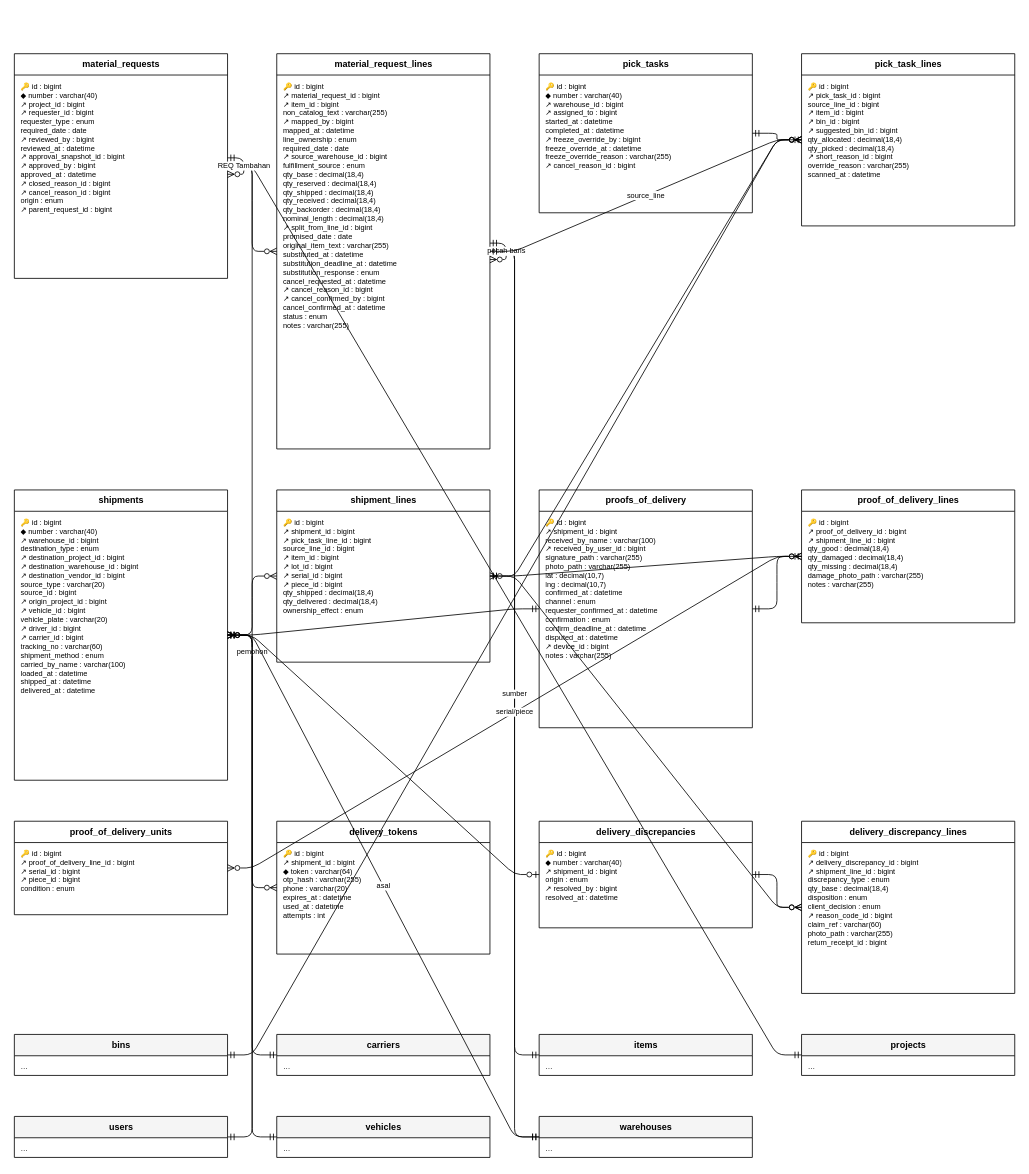
The draw.io diagram docs/diagram/erd-outbound.drawio in HengkyDarmawan/wms, before the edit. Source tidied: cells renumbered, new cells numbered last; positions are measured from the earlier drawing's top-left corner, leaving out a move shared by most shapes. Both pictures are drawn from the tidied source at 82%, with x=0, y=0 at pixel (14, 53).
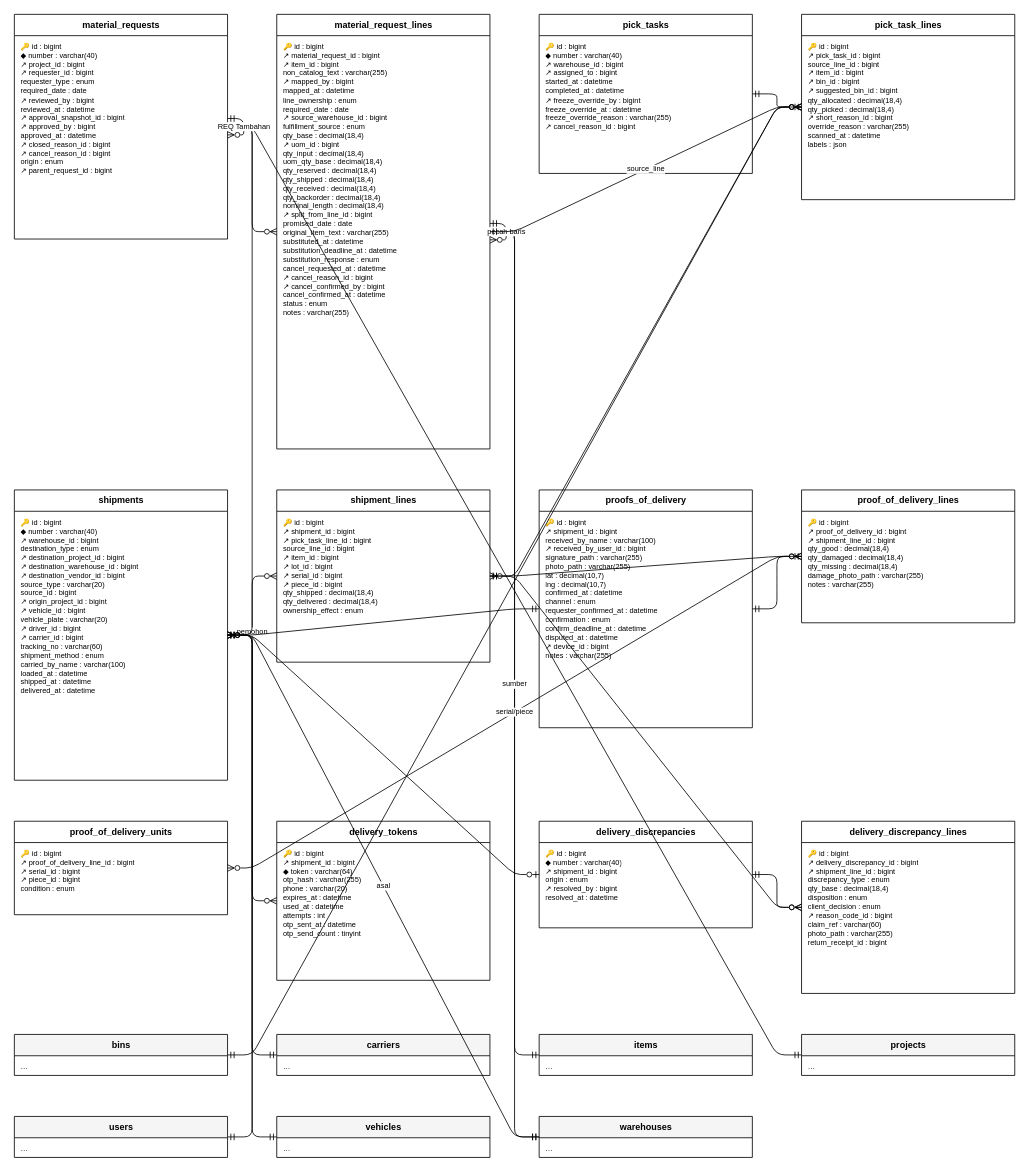
Above is the later version.

Diff of the diagram source:
```diff
@@
     <mxCell id="2" value="material_requests" style="swimlane;fontStyle=1;horizontal=1;startSize=26;html=1;fontSize=11;fillColor=#FFFFFF;" parent="1" vertex="1">
-      <mxGeometry width="260" height="274" as="geometry" />
+      <mxGeometry y="-48" width="260" height="274" as="geometry" />
     </mxCell>
@@
     <mxCell id="4" value="material_request_lines" style="swimlane;fontStyle=1;horizontal=1;startSize=26;html=1;fontSize=11;fillColor=#FFFFFF;" parent="1" vertex="1">
-      <mxGeometry x="320" width="260" height="482" as="geometry" />
+      <mxGeometry x="320" y="-48" width="260" height="530" as="geometry" />
     </mxCell>
-    <mxCell id="5" value="🔑 id : bigint&lt;br&gt;↗ material_request_id : bigint&lt;br&gt;↗ item_id : bigint&lt;br&gt;non_catalog_text : varchar(255)&lt;br&gt;↗ mapped_by : bigint&lt;br&gt;mapped_at : datetime&lt;br&gt;line_ownership : enum&lt;br&gt;required_date : date&lt;br&gt;↗ source_warehouse_id : bigint&lt;br&gt;fulfillment_source : enum&lt;br&gt;qty_base : decimal(18,4)&lt;br&gt;qty_reserved : decimal(18,4)&lt;br&gt;qty_shipped : decimal(18,4)&lt;br&gt;qty_received : decimal(18,4)&lt;br&gt;qty_backorder : decimal(18,4)&lt;br&gt;nominal_length : decimal(18,4)&lt;br&gt;↗ split_from_line_id : bigint&lt;br&gt;promised_date : date&lt;br&gt;original_item_text : varchar(255)&lt;br&gt;substituted_at : datetime&lt;br&gt;substitution_deadline_at : datetime&lt;br&gt;substitution_response : enum&lt;br&gt;cancel_requested_at : datetime&lt;br&gt;↗ cancel_reason_id : bigint&lt;br&gt;↗ cancel_confirmed_by : bigint&lt;br&gt;cancel_confirmed_at : datetime&lt;br&gt;status : enum&lt;br&gt;notes : varchar(255)" style="text;html=1;strokeColor=none;fillColor=none;align=left;verticalAlign=top;spacingLeft=6;spacingTop=2;fontSize=9;whiteSpace=wrap;overflow=hidden;" parent="4" vertex="1">
-      <mxGeometry y="26" width="260" height="456" as="geometry" />
+    <mxCell id="5" value="🔑 id : bigint&lt;br&gt;↗ material_request_id : bigint&lt;br&gt;↗ item_id : bigint&lt;br&gt;non_catalog_text : varchar(255)&lt;br&gt;↗ mapped_by : bigint&lt;br&gt;mapped_at : datetime&lt;br&gt;line_ownership : enum&lt;br&gt;required_date : date&lt;br&gt;↗ source_warehouse_id : bigint&lt;br&gt;fulfillment_source : enum&lt;br&gt;qty_base : decimal(18,4)&lt;br&gt;↗ uom_id : bigint&lt;br&gt;qty_input : decimal(18,4)&lt;br&gt;uom_qty_base : decimal(18,4)&lt;br&gt;qty_reserved : decimal(18,4)&lt;br&gt;qty_shipped : decimal(18,4)&lt;br&gt;qty_received : decimal(18,4)&lt;br&gt;qty_backorder : decimal(18,4)&lt;br&gt;nominal_length : decimal(18,4)&lt;br&gt;↗ split_from_line_id : bigint&lt;br&gt;promised_date : date&lt;br&gt;original_item_text : varchar(255)&lt;br&gt;substituted_at : datetime&lt;br&gt;substitution_deadline_at : datetime&lt;br&gt;substitution_response : enum&lt;br&gt;cancel_requested_at : datetime&lt;br&gt;↗ cancel_reason_id : bigint&lt;br&gt;↗ cancel_confirmed_by : bigint&lt;br&gt;cancel_confirmed_at : datetime&lt;br&gt;status : enum&lt;br&gt;notes : varchar(255)" style="text;html=1;strokeColor=none;fillColor=none;align=left;verticalAlign=top;spacingLeft=6;spacingTop=2;fontSize=9;whiteSpace=wrap;overflow=hidden;" parent="4" vertex="1">
+      <mxGeometry y="26" width="260" height="504" as="geometry" />
     </mxCell>
     <mxCell id="6" value="pick_tasks" style="swimlane;fontStyle=1;horizontal=1;startSize=26;html=1;fontSize=11;fillColor=#FFFFFF;" parent="1" vertex="1">
-      <mxGeometry x="640" width="260" height="194" as="geometry" />
+      <mxGeometry x="640" y="-48" width="260" height="194" as="geometry" />
     </mxCell>
@@
     <mxCell id="8" value="pick_task_lines" style="swimlane;fontStyle=1;horizontal=1;startSize=26;html=1;fontSize=11;fillColor=#FFFFFF;" parent="1" vertex="1">
-      <mxGeometry x="960" width="260" height="210" as="geometry" />
+      <mxGeometry x="960" y="-48" width="260" height="226" as="geometry" />
     </mxCell>
-    <mxCell id="9" value="🔑 id : bigint&lt;br&gt;↗ pick_task_id : bigint&lt;br&gt;source_line_id : bigint&lt;br&gt;↗ item_id : bigint&lt;br&gt;↗ bin_id : bigint&lt;br&gt;↗ suggested_bin_id : bigint&lt;br&gt;qty_allocated : decimal(18,4)&lt;br&gt;qty_picked : decimal(18,4)&lt;br&gt;↗ short_reason_id : bigint&lt;br&gt;override_reason : varchar(255)&lt;br&gt;scanned_at : datetime" style="text;html=1;strokeColor=none;fillColor=none;align=left;verticalAlign=top;spacingLeft=6;spacingTop=2;fontSize=9;whiteSpace=wrap;overflow=hidden;" parent="8" vertex="1">
-      <mxGeometry y="26" width="260" height="184" as="geometry" />
+    <mxCell id="9" value="🔑 id : bigint&lt;br&gt;↗ pick_task_id : bigint&lt;br&gt;source_line_id : bigint&lt;br&gt;↗ item_id : bigint&lt;br&gt;↗ bin_id : bigint&lt;br&gt;↗ suggested_bin_id : bigint&lt;br&gt;qty_allocated : decimal(18,4)&lt;br&gt;qty_picked : decimal(18,4)&lt;br&gt;↗ short_reason_id : bigint&lt;br&gt;override_reason : varchar(255)&lt;br&gt;scanned_at : datetime&lt;br&gt;labels : json" style="text;html=1;strokeColor=none;fillColor=none;align=left;verticalAlign=top;spacingLeft=6;spacingTop=2;fontSize=9;whiteSpace=wrap;overflow=hidden;" parent="8" vertex="1">
+      <mxGeometry y="26" width="260" height="200" as="geometry" />
     </mxCell>
@@
     <mxCell id="20" value="delivery_tokens" style="swimlane;fontStyle=1;horizontal=1;startSize=26;html=1;fontSize=11;fillColor=#FFFFFF;" parent="1" vertex="1">
-      <mxGeometry x="320" y="936" width="260" height="162" as="geometry" />
+      <mxGeometry x="320" y="936" width="260" height="194" as="geometry" />
     </mxCell>
-    <mxCell id="21" value="🔑 id : bigint&lt;br&gt;↗ shipment_id : bigint&lt;br&gt;◆ token : varchar(64)&lt;br&gt;otp_hash : varchar(255)&lt;br&gt;phone : varchar(20)&lt;br&gt;expires_at : datetime&lt;br&gt;used_at : datetime&lt;br&gt;attempts : int" style="text;html=1;strokeColor=none;fillColor=none;align=left;verticalAlign=top;spacingLeft=6;spacingTop=2;fontSize=9;whiteSpace=wrap;overflow=hidden;" parent="20" vertex="1">
-      <mxGeometry y="26" width="260" height="136" as="geometry" />
+    <mxCell id="21" value="🔑 id : bigint&lt;br&gt;↗ shipment_id : bigint&lt;br&gt;◆ token : varchar(64)&lt;br&gt;otp_hash : varchar(255)&lt;br&gt;phone : varchar(20)&lt;br&gt;expires_at : datetime&lt;br&gt;used_at : datetime&lt;br&gt;attempts : int&lt;br&gt;otp_sent_at : datetime&lt;br&gt;otp_send_count : tinyint" style="text;html=1;strokeColor=none;fillColor=none;align=left;verticalAlign=top;spacingLeft=6;spacingTop=2;fontSize=9;whiteSpace=wrap;overflow=hidden;" parent="20" vertex="1">
+      <mxGeometry y="26" width="260" height="168" as="geometry" />
     </mxCell>
```
